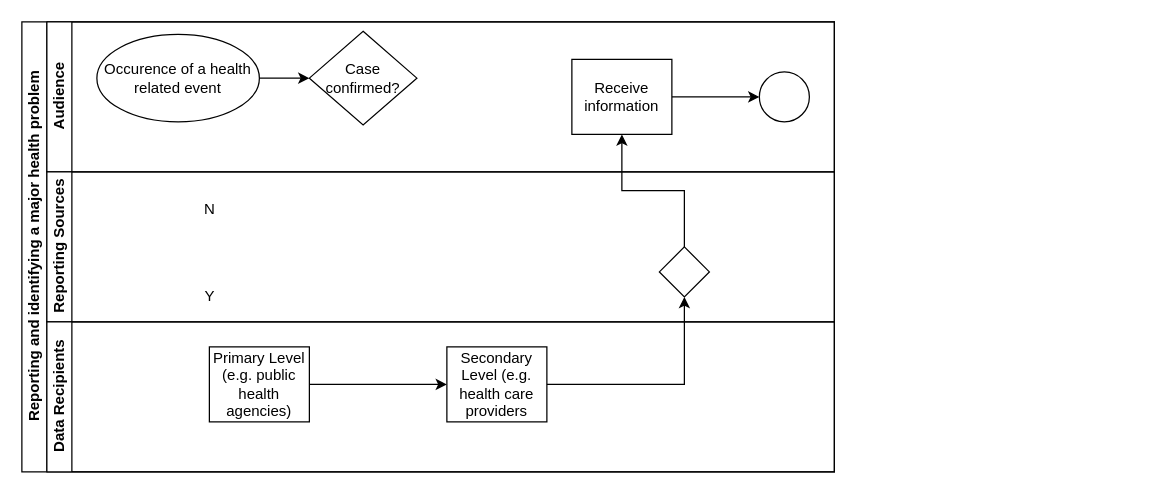
The draw.io diagram process Diagram.drawio in shamarnelson/COMP214O-Project, before the edit. Source tidied: cells renumbered, new cells numbered last; positions are measured from the earlier drawing's top-left corner, leaving out a move shared by most shapes. Both pictures are drawn from the tidied source at 125%, with x=0, y=0 at pixel (21, 21).
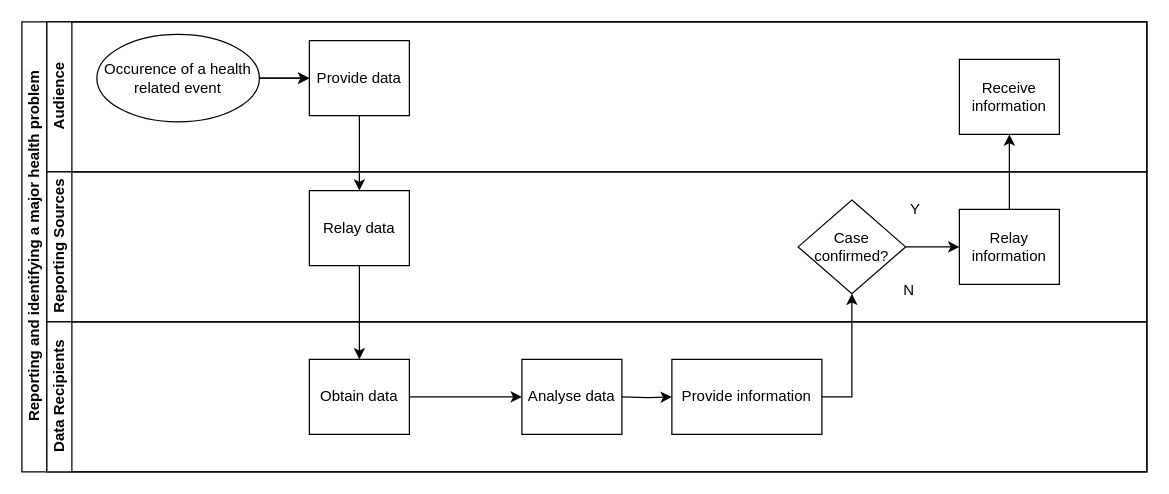
After the change.

Unchanged cells that the change refers to:
```xml
<mxCell id="5" value="Occurence of a health related event" style="ellipse;whiteSpace=wrap;html=1;" parent="4" vertex="1">
  <mxGeometry x="40" y="10" width="130" height="70" as="geometry" />
</mxCell>
```

What changed in the source:
```diff
@@
     <mxCell id="2" value="Reporting and identifying a major health problem" style="swimlane;html=1;horizontal=0;startSize=20;" parent="1" vertex="1">
-      <mxGeometry width="650" height="360" as="geometry" />
+      <mxGeometry width="900" height="360" as="geometry" />
     </mxCell>
-    <mxCell id="3" style="edgeStyle=orthogonalEdgeStyle;rounded=0;jettySize=auto;html=1;endArrow=classic;endFill=1;" parent="2" edge="1" source="12" target="7">
-      <mxGeometry relative="1" as="geometry" />
-    </mxCell>
     <mxCell id="4" value="Audience" style="swimlane;html=1;startSize=20;horizontal=0;" parent="2" vertex="1">
-      <mxGeometry x="20" width="630" height="120" as="geometry" />
+      <mxGeometry x="20" width="880" height="120" as="geometry" />
     </mxCell>
+    <mxCell id="20" style="edgeStyle=orthogonalEdgeStyle;rounded=0;jettySize=auto;html=1;" parent="4" edge="1" source="5" target="21">
+      <mxGeometry relative="1" as="geometry" />
+    </mxCell>
@@
-    <mxCell id="6" style="edgeStyle=orthogonalEdgeStyle;rounded=0;jettySize=auto;html=1;endArrow=classic;endFill=1;" parent="4" edge="1" source="7" target="8">
-      <mxGeometry relative="1" as="geometry" />
-    </mxCell>
     <mxCell id="7" value="Receive information" style="rounded=0;whiteSpace=wrap;html=1;fontFamily=Helvetica;fontSize=12;fontColor=#000000;align=center;" parent="4" vertex="1">
-      <mxGeometry x="420" y="30" width="80" height="60" as="geometry" />
+      <mxGeometry x="730" y="30" width="80" height="60" as="geometry" />
     </mxCell>
-    <mxCell id="8" style="ellipse;whiteSpace=wrap;html=1;" parent="4" vertex="1">
-      <mxGeometry x="570" y="40" width="40" height="40" as="geometry" />
-    </mxCell>
+    <mxCell id="10" style="edgeStyle=orthogonalEdgeStyle;rounded=0;jettySize=auto;html=1;exitX=1;exitY=0.5;exitDx=0;exitDy=0;entryX=0;entryY=0.5;entryDx=0;entryDy=0;" parent="4" edge="1" source="5">
+      <mxGeometry relative="1" as="geometry">
+        <mxPoint x="210" y="45" as="targetPoint" />
+      </mxGeometry>
+    </mxCell>
+    <mxCell id="21" value="Provide data" style="rounded=0;whiteSpace=wrap;html=1;fontFamily=Helvetica;fontSize=12;fontColor=#000000;align=center;" parent="4" vertex="1">
+      <mxGeometry x="210" y="15" width="80" height="60" as="geometry" />
+    </mxCell>
+    <mxCell id="11" value="Reporting Sources" style="swimlane;html=1;startSize=20;horizontal=0;" parent="2" vertex="1">
+      <mxGeometry x="20" y="120" width="880" height="120" as="geometry" />
+    </mxCell>
-    <mxCell id="9" value="Case confirmed?" style="rhombus;whiteSpace=wrap;html=1;fontFamily=Helvetica;fontSize=12;fontColor=#000000;align=center;" parent="4" vertex="1">
-      <mxGeometry x="210" y="7.5" width="86" height="75" as="geometry" />
+    <mxCell id="9" value="Case confirmed?" style="rhombus;whiteSpace=wrap;html=1;fontFamily=Helvetica;fontSize=12;fontColor=#000000;align=center;" parent="11" vertex="1">
+      <mxGeometry x="601" y="22.5" width="86" height="75" as="geometry" />
     </mxCell>
-    <mxCell id="10" style="edgeStyle=orthogonalEdgeStyle;rounded=0;jettySize=auto;html=1;exitX=1;exitY=0.5;exitDx=0;exitDy=0;entryX=0;entryY=0.5;entryDx=0;entryDy=0;" parent="4" edge="1" source="5" target="9">
-      <mxGeometry relative="1" as="geometry" />
-    </mxCell>
-    <mxCell id="11" value="Reporting Sources" style="swimlane;html=1;startSize=20;horizontal=0;" parent="2" vertex="1">
-      <mxGeometry x="20" y="120" width="630" height="120" as="geometry" />
-    </mxCell>
-    <mxCell id="12" style="rhombus;whiteSpace=wrap;html=1;fontFamily=Helvetica;fontSize=12;fontColor=#000000;align=center;" parent="11" vertex="1">
-      <mxGeometry x="490" y="60" width="40" height="40" as="geometry" />
-    </mxCell>
-    <mxCell id="13" value="Y" style="text;html=1;align=center;verticalAlign=middle;strokeColor=none;fillColor=none;" parent="11" vertex="1">
-      <mxGeometry x="120" y="90" width="20" height="20" as="geometry" />
+    <mxCell id="13" value="Y" style="text;html=1;strokeColor=none;fillColor=none;align=center;verticalAlign=middle;whiteSpace=wrap;rounded=0;" parent="11" vertex="1">
+      <mxGeometry x="680" y="15" width="30" height="30" as="geometry" />
     </mxCell>
+    <mxCell id="19" value="N" style="text;html=1;strokeColor=none;fillColor=none;align=center;verticalAlign=middle;whiteSpace=wrap;rounded=0;" parent="11" vertex="1">
+      <mxGeometry x="670" y="80" width="40" height="30" as="geometry" />
+    </mxCell>
+    <mxCell id="22" value="Relay data" style="rounded=0;whiteSpace=wrap;html=1;fontFamily=Helvetica;fontSize=12;fontColor=#000000;align=center;" parent="11" vertex="1">
+      <mxGeometry x="210" y="15" width="80" height="60" as="geometry" />
+    </mxCell>
+    <mxCell id="23" value="Relay information" style="rounded=0;whiteSpace=wrap;html=1;fontFamily=Helvetica;fontSize=12;fontColor=#000000;align=center;" parent="11" vertex="1">
+      <mxGeometry x="730" y="30" width="80" height="60" as="geometry" />
+    </mxCell>
     <mxCell id="14" value="Data Recipients" style="swimlane;html=1;startSize=20;horizontal=0;" parent="2" vertex="1">
-      <mxGeometry x="20" y="240" width="630" height="120" as="geometry" />
+      <mxGeometry x="20" y="240" width="880" height="120" as="geometry" />
     </mxCell>
-    <mxCell id="15" style="edgeStyle=orthogonalEdgeStyle;rounded=0;jettySize=auto;html=1;endArrow=classic;endFill=1;entryX=0;entryY=0.5;entryDx=0;entryDy=0;" parent="14" edge="1" source="16" target="17">
-      <mxGeometry relative="1" as="geometry" />
-    </mxCell>
-    <mxCell id="16" value="Primary Level&lt;br&gt;(e.g. public health agencies)" style="rounded=0;whiteSpace=wrap;html=1;fontFamily=Helvetica;fontSize=12;fontColor=#000000;align=center;" parent="14" vertex="1">
-      <mxGeometry x="130" y="20" width="80" height="60" as="geometry" />
-    </mxCell>
-    <mxCell id="17" value="Secondary Level (e.g. health care providers" style="rounded=0;whiteSpace=wrap;html=1;fontFamily=Helvetica;fontSize=12;fontColor=#000000;align=center;" parent="14" vertex="1">
-      <mxGeometry x="320" y="20" width="80" height="60" as="geometry" />
-    </mxCell>
-    <mxCell id="18" style="edgeStyle=orthogonalEdgeStyle;rounded=0;jettySize=auto;html=1;endArrow=classic;endFill=1;" parent="2" edge="1" source="17" target="12">
-      <mxGeometry relative="1" as="geometry" />
-    </mxCell>
-    <mxCell id="19" value="N" style="text;html=1;align=center;verticalAlign=middle;strokeColor=none;fillColor=none;" parent="1" vertex="1">
-      <mxGeometry x="140" y="140" width="20" height="20" as="geometry" />
-    </mxCell>
+    <mxCell id="24" value="Provide information" style="rounded=0;whiteSpace=wrap;html=1;" parent="14" vertex="1">
+      <mxGeometry x="500" y="30" width="120" height="60" as="geometry" />
+    </mxCell>
+    <mxCell id="25" value="Obtain data" style="rounded=0;whiteSpace=wrap;html=1;fontFamily=Helvetica;fontSize=12;fontColor=#000000;align=center;" parent="14" vertex="1">
+      <mxGeometry x="210" y="30" width="80" height="60" as="geometry" />
+    </mxCell>
+    <mxCell id="26" style="edgeStyle=orthogonalEdgeStyle;rounded=0;jettySize=auto;html=1;endArrow=classic;endFill=1;exitX=1;exitY=0.5;exitDx=0;exitDy=0;entryX=0;entryY=0.5;entryDx=0;entryDy=0;" parent="14" edge="1" source="25" target="27">
+      <mxGeometry relative="1" as="geometry" />
+    </mxCell>
+    <mxCell id="27" value="Analyse data" style="rounded=0;whiteSpace=wrap;html=1;fontFamily=Helvetica;fontSize=12;fontColor=#000000;align=center;" parent="14" vertex="1">
+      <mxGeometry x="380" y="30" width="80" height="60" as="geometry" />
+    </mxCell>
+    <mxCell id="28" style="edgeStyle=orthogonalEdgeStyle;rounded=0;jettySize=auto;html=1;endArrow=classic;endFill=1;exitX=0.5;exitY=1;exitDx=0;exitDy=0;entryX=0.5;entryY=0;entryDx=0;entryDy=0;" parent="2" edge="1" source="21" target="22">
+      <mxGeometry relative="1" as="geometry" />
+    </mxCell>
+    <mxCell id="29" style="edgeStyle=orthogonalEdgeStyle;rounded=0;jettySize=auto;html=1;endArrow=classic;endFill=1;exitX=1;exitY=0.5;exitDx=0;exitDy=0;entryX=0.5;entryY=1;entryDx=0;entryDy=0;" parent="2" edge="1" source="24" target="9">
+      <mxGeometry relative="1" as="geometry" />
+    </mxCell>
+    <mxCell id="30" style="edgeStyle=orthogonalEdgeStyle;rounded=0;jettySize=auto;html=1;endArrow=classic;endFill=1;exitX=0.5;exitY=1;exitDx=0;exitDy=0;entryX=0.5;entryY=0;entryDx=0;entryDy=0;" parent="2" edge="1" source="22" target="25">
+      <mxGeometry relative="1" as="geometry" />
+    </mxCell>
+    <mxCell id="31" style="endArrow=classic;html=1;rounded=0;entryX=0.5;entryY=1;entryDx=0;entryDy=0;exitX=0.5;exitY=0;exitDx=0;exitDy=0;" parent="2" edge="1" source="23" target="7">
+      <mxGeometry relative="1" as="geometry" />
+    </mxCell>
+    <mxCell id="32" style="edgeStyle=orthogonalEdgeStyle;rounded=0;jettySize=auto;html=1;endArrow=classic;endFill=1;exitX=1;exitY=0.5;exitDx=0;exitDy=0;" parent="1" edge="1" source="9">
+      <mxGeometry relative="1" as="geometry">
+        <mxPoint x="750" y="180" as="targetPoint" />
+      </mxGeometry>
+    </mxCell>
+    <mxCell id="33" style="edgeStyle=orthogonalEdgeStyle;rounded=0;jettySize=auto;html=1;endArrow=classic;endFill=1;entryX=0;entryY=0.5;entryDx=0;entryDy=0;" parent="1" edge="1" target="24">
+      <mxGeometry relative="1" as="geometry">
+        <mxPoint x="480" y="300" as="sourcePoint" />
+      </mxGeometry>
+    </mxCell>
```
